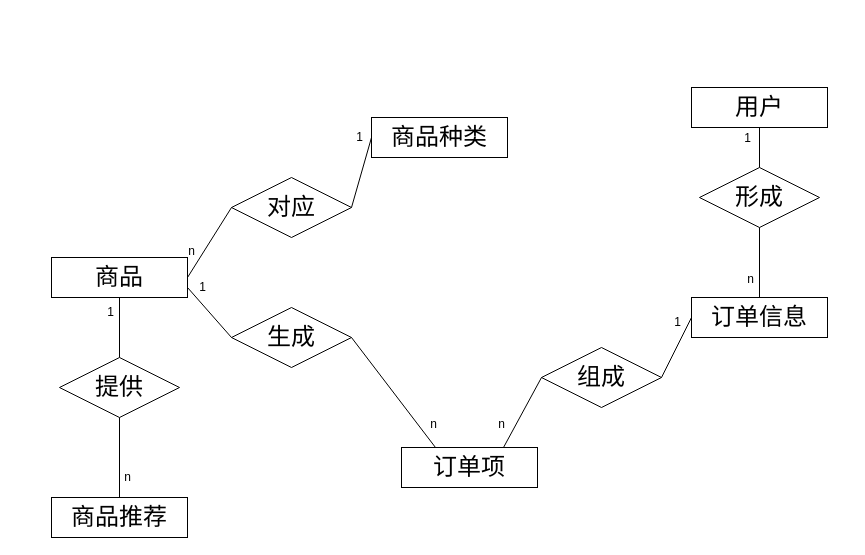
This is page "总ER图" (9 of 9) of 未命名绘图.drawio from sangqiwei/blog1, a draw.io file, before an edit. Source tidied: cells renumbered, new cells numbered last; positions are measured from the earlier drawing's top-left corner, leaving out a move shared by most shapes. Both pictures are drawn from the tidied source at 100%, with x=0, y=0 at pixel (51, 87).
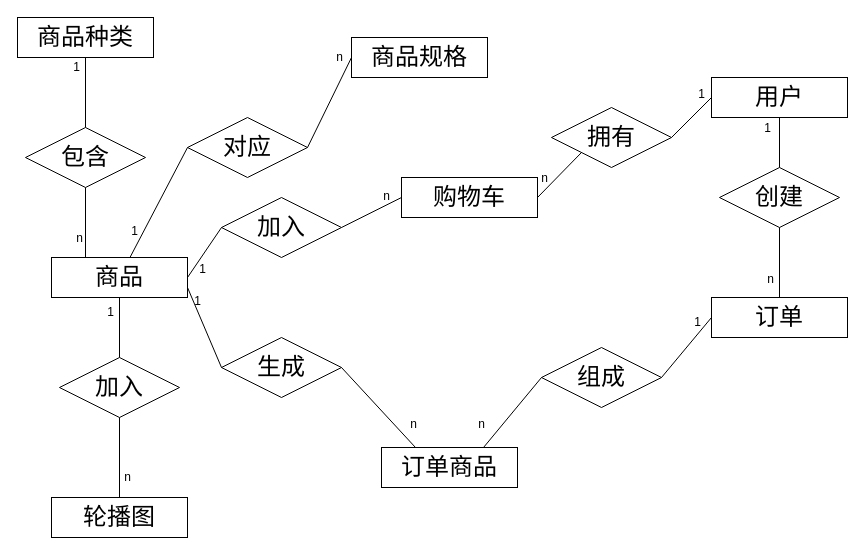
The same diagram, later.

Unchanged cells that the change refers to:
```xml
<mxCell id="2" value="&lt;font style=&quot;font-size: 24px;&quot;&gt;商品&lt;/font&gt;" style="whiteSpace=wrap;html=1;align=center;" parent="1" vertex="1">
  <mxGeometry y="170" width="136" height="40" as="geometry" />
</mxCell>
<mxCell id="11" style="endArrow=none;html=1;rounded=0;exitX=1;exitY=0.5;exitDx=0;exitDy=0;entryX=0;entryY=0.5;entryDx=0;entryDy=0;" parent="1" edge="1" source="8" target="3">
  <mxGeometry relative="1" as="geometry" />
</mxCell>
<mxCell id="21" style="endArrow=none;html=1;rounded=0;exitX=0;exitY=0.5;exitDx=0;exitDy=0;entryX=1;entryY=0.75;entryDx=0;entryDy=0;" parent="1" edge="1" source="13" target="2">
  <mxGeometry relative="1" as="geometry" />
</mxCell>
```

Change to the diagram source:
```diff
@@
-    <mxCell id="3" value="&lt;span style=&quot;font-size: 24px;&quot;&gt;商品种类&lt;/span&gt;" style="whiteSpace=wrap;html=1;align=center;" parent="1" vertex="1">
-      <mxGeometry x="320" y="30" width="136" height="40" as="geometry" />
+    <mxCell id="3" value="&lt;span style=&quot;font-size: 24px;&quot;&gt;商品规格&lt;/span&gt;" style="whiteSpace=wrap;html=1;align=center;" parent="1" vertex="1">
+      <mxGeometry x="300" y="-50" width="136" height="40" as="geometry" />
     </mxCell>
-    <mxCell id="4" value="&lt;span style=&quot;font-size: 24px;&quot;&gt;订单信息&lt;/span&gt;" style="whiteSpace=wrap;html=1;align=center;" parent="1" vertex="1">
-      <mxGeometry x="640" y="210" width="136" height="40" as="geometry" />
+    <mxCell id="4" value="&lt;span style=&quot;font-size: 24px;&quot;&gt;订单&lt;/span&gt;" style="whiteSpace=wrap;html=1;align=center;" parent="1" vertex="1">
+      <mxGeometry x="660" y="210" width="136" height="40" as="geometry" />
     </mxCell>
-    <mxCell id="5" value="&lt;span style=&quot;font-size: 24px;&quot;&gt;订单项&lt;/span&gt;" style="whiteSpace=wrap;html=1;align=center;" parent="1" vertex="1">
-      <mxGeometry x="350" y="360" width="136" height="40" as="geometry" />
+    <mxCell id="5" value="&lt;span style=&quot;font-size: 24px;&quot;&gt;订单商品&lt;/span&gt;" style="whiteSpace=wrap;html=1;align=center;" parent="1" vertex="1">
+      <mxGeometry x="330" y="360" width="136" height="40" as="geometry" />
     </mxCell>
-    <mxCell id="6" value="&lt;span style=&quot;font-size: 24px;&quot;&gt;商品推荐&lt;/span&gt;" style="whiteSpace=wrap;html=1;align=center;" parent="1" vertex="1">
+    <mxCell id="6" value="&lt;span style=&quot;font-size: 24px;&quot;&gt;轮播图&lt;/span&gt;" style="whiteSpace=wrap;html=1;align=center;" parent="1" vertex="1">
       <mxGeometry y="410" width="136" height="40" as="geometry" />
     </mxCell>
     <mxCell id="7" value="&lt;span style=&quot;font-size: 24px;&quot;&gt;用户&lt;/span&gt;" style="whiteSpace=wrap;html=1;align=center;" parent="1" vertex="1">
-      <mxGeometry x="640" width="136" height="40" as="geometry" />
+      <mxGeometry x="660" y="-10" width="136" height="40" as="geometry" />
     </mxCell>
     <mxCell id="8" value="&lt;font style=&quot;font-size: 24px;&quot;&gt;对应&lt;/font&gt;" style="shape=rhombus;perimeter=rhombusPerimeter;whiteSpace=wrap;html=1;align=center;" parent="1" vertex="1">
-      <mxGeometry x="180" y="90" width="120" height="60" as="geometry" />
+      <mxGeometry x="136" y="30" width="120" height="60" as="geometry" />
     </mxCell>
-    <mxCell id="9" style="endArrow=none;html=1;rounded=0;exitX=0;exitY=0.5;exitDx=0;exitDy=0;entryX=1;entryY=0.5;entryDx=0;entryDy=0;" parent="1" edge="1" source="8" target="2">
+    <mxCell id="9" style="endArrow=none;html=1;rounded=0;exitX=0;exitY=0.5;exitDx=0;exitDy=0;" parent="1" edge="1" source="8" target="2">
       <mxGeometry relative="1" as="geometry" />
     </mxCell>
-    <mxCell id="10" value="n" style="html=1;whiteSpace=wrap;align=right;verticalAlign=bottom;" parent="9" vertex="1">
+    <mxCell id="10" value="1" style="html=1;whiteSpace=wrap;align=right;verticalAlign=bottom;" parent="9" vertex="1">
       <mxGeometry x="1" relative="1" as="geometry">
         <mxPoint x="9" y="-18" as="offset" />
       </mxGeometry>
     </mxCell>
@@
-    <mxCell id="12" value="1" style="html=1;whiteSpace=wrap;align=right;verticalAlign=bottom;" parent="11" vertex="1">
+    <mxCell id="12" value="n" style="html=1;whiteSpace=wrap;align=right;verticalAlign=bottom;" parent="11" vertex="1">
       <mxGeometry x="1" relative="1" as="geometry">
         <mxPoint x="-7" y="8" as="offset" />
       </mxGeometry>
     </mxCell>
     <mxCell id="13" value="&lt;font style=&quot;font-size: 24px;&quot;&gt;生成&lt;/font&gt;" style="shape=rhombus;perimeter=rhombusPerimeter;whiteSpace=wrap;html=1;align=center;" parent="1" vertex="1">
-      <mxGeometry x="180" y="220" width="120" height="60" as="geometry" />
+      <mxGeometry x="170" y="250" width="120" height="60" as="geometry" />
     </mxCell>
-    <mxCell id="14" value="&lt;font style=&quot;font-size: 24px;&quot;&gt;提供&lt;/font&gt;" style="shape=rhombus;perimeter=rhombusPerimeter;whiteSpace=wrap;html=1;align=center;" parent="1" vertex="1">
+    <mxCell id="14" value="&lt;span style=&quot;font-size: 24px;&quot;&gt;加入&lt;/span&gt;" style="shape=rhombus;perimeter=rhombusPerimeter;whiteSpace=wrap;html=1;align=center;" parent="1" vertex="1">
       <mxGeometry x="8" y="270" width="120" height="60" as="geometry" />
     </mxCell>
@@
     <mxCell id="22" value="1" style="html=1;whiteSpace=wrap;align=right;verticalAlign=bottom;" parent="21" vertex="1">
       <mxGeometry x="1" relative="1" as="geometry">
-        <mxPoint x="20" y="8" as="offset" />
+        <mxPoint x="15" y="22" as="offset" />
       </mxGeometry>
     </mxCell>
@@
-    <mxCell id="28" value="&lt;span style=&quot;font-size: 24px;&quot;&gt;形成&lt;/span&gt;" style="shape=rhombus;perimeter=rhombusPerimeter;whiteSpace=wrap;html=1;align=center;" parent="1" vertex="1">
-      <mxGeometry x="648" y="80" width="120" height="60" as="geometry" />
+    <mxCell id="28" value="&lt;span style=&quot;font-size: 24px;&quot;&gt;创建&lt;/span&gt;" style="shape=rhombus;perimeter=rhombusPerimeter;whiteSpace=wrap;html=1;align=center;" parent="1" vertex="1">
+      <mxGeometry x="668" y="80" width="120" height="60" as="geometry" />
     </mxCell>
@@
+    <mxCell id="33" value="&lt;span style=&quot;font-size: 24px;&quot;&gt;购物车&lt;/span&gt;" style="whiteSpace=wrap;html=1;align=center;" parent="1" vertex="1">
+      <mxGeometry x="350" y="90" width="136" height="40" as="geometry" />
+    </mxCell>
+    <mxCell id="34" value="&lt;font style=&quot;font-size: 24px;&quot;&gt;加入&lt;/font&gt;" style="shape=rhombus;perimeter=rhombusPerimeter;whiteSpace=wrap;html=1;align=center;" parent="1" vertex="1">
+      <mxGeometry x="170" y="110" width="120" height="60" as="geometry" />
+    </mxCell>
+    <mxCell id="35" style="endArrow=none;html=1;rounded=0;entryX=0;entryY=0.5;entryDx=0;entryDy=0;exitX=1;exitY=0.5;exitDx=0;exitDy=0;" parent="1" edge="1" source="34" target="33">
+      <mxGeometry relative="1" as="geometry" />
+    </mxCell>
+    <mxCell id="36" value="n" style="html=1;whiteSpace=wrap;align=right;verticalAlign=bottom;" parent="35" vertex="1">
+      <mxGeometry x="1" relative="1" as="geometry">
+        <mxPoint x="-10" y="7" as="offset" />
+      </mxGeometry>
+    </mxCell>
+    <mxCell id="37" style="endArrow=none;html=1;rounded=0;exitX=0;exitY=0.5;exitDx=0;exitDy=0;entryX=1;entryY=0.5;entryDx=0;entryDy=0;" parent="1" edge="1" source="34" target="2">
+      <mxGeometry relative="1" as="geometry" />
+    </mxCell>
+    <mxCell id="38" value="1" style="html=1;whiteSpace=wrap;align=right;verticalAlign=bottom;" parent="37" vertex="1">
+      <mxGeometry x="1" relative="1" as="geometry">
+        <mxPoint x="20" as="offset" />
+      </mxGeometry>
+    </mxCell>
+    <mxCell id="39" value="&lt;span style=&quot;font-size: 24px;&quot;&gt;拥有&lt;/span&gt;" style="shape=rhombus;perimeter=rhombusPerimeter;whiteSpace=wrap;html=1;align=center;" parent="1" vertex="1">
+      <mxGeometry x="500" y="20" width="120" height="60" as="geometry" />
+    </mxCell>
+    <mxCell id="40" style="endArrow=none;html=1;rounded=0;entryX=0;entryY=0.5;entryDx=0;entryDy=0;exitX=1;exitY=0.5;exitDx=0;exitDy=0;" parent="1" edge="1" source="39" target="7">
+      <mxGeometry relative="1" as="geometry" />
+    </mxCell>
+    <mxCell id="41" value="1" style="html=1;whiteSpace=wrap;align=right;verticalAlign=bottom;" parent="40" vertex="1">
+      <mxGeometry x="1" relative="1" as="geometry">
+        <mxPoint x="-5" y="5" as="offset" />
+      </mxGeometry>
+    </mxCell>
+    <mxCell id="42" style="endArrow=none;html=1;rounded=0;exitX=0;exitY=1;exitDx=0;exitDy=0;entryX=1;entryY=0.5;entryDx=0;entryDy=0;" parent="1" edge="1" source="39" target="33">
+      <mxGeometry relative="1" as="geometry" />
+    </mxCell>
+    <mxCell id="43" value="n" style="html=1;whiteSpace=wrap;align=right;verticalAlign=bottom;" parent="42" vertex="1">
+      <mxGeometry x="1" relative="1" as="geometry">
+        <mxPoint x="12" y="-11" as="offset" />
+      </mxGeometry>
+    </mxCell>
+    <mxCell id="44" value="&lt;span style=&quot;font-size: 24px;&quot;&gt;商品种类&lt;/span&gt;" style="whiteSpace=wrap;html=1;align=center;" parent="1" vertex="1">
+      <mxGeometry x="-34" y="-70" width="136" height="40" as="geometry" />
+    </mxCell>
+    <mxCell id="45" value="&lt;font style=&quot;font-size: 24px;&quot;&gt;包含&lt;/font&gt;" style="shape=rhombus;perimeter=rhombusPerimeter;whiteSpace=wrap;html=1;align=center;" parent="1" vertex="1">
+      <mxGeometry x="-26" y="40" width="120" height="60" as="geometry" />
+    </mxCell>
+    <mxCell id="46" style="endArrow=none;html=1;rounded=0;exitX=0.5;exitY=0;exitDx=0;exitDy=0;entryX=0.5;entryY=1;entryDx=0;entryDy=0;" parent="1" edge="1" source="45" target="44">
+      <mxGeometry relative="1" as="geometry" />
+    </mxCell>
+    <mxCell id="47" value="1" style="html=1;whiteSpace=wrap;align=right;verticalAlign=bottom;" parent="46" vertex="1">
+      <mxGeometry x="1" relative="1" as="geometry">
+        <mxPoint x="-4" y="18" as="offset" />
+      </mxGeometry>
+    </mxCell>
+    <mxCell id="48" style="endArrow=none;html=1;rounded=0;exitX=0.5;exitY=1;exitDx=0;exitDy=0;entryX=0.25;entryY=0;entryDx=0;entryDy=0;" parent="1" edge="1" source="45" target="2">
+      <mxGeometry relative="1" as="geometry" />
+    </mxCell>
+    <mxCell id="49" value="n" style="html=1;whiteSpace=wrap;align=right;verticalAlign=bottom;" parent="48" vertex="1">
+      <mxGeometry x="1" relative="1" as="geometry">
+        <mxPoint x="-1" y="-11" as="offset" />
+      </mxGeometry>
+    </mxCell>
```
